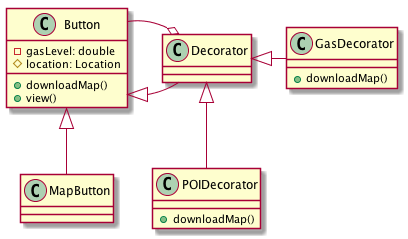
This is Entwurf/diagrams/Map.png from uzdry/PSE, a PlantUML export, as it was before one commit. Its diagram source:
```plantuml
@startuml

Class Button{
-gasLevel: double
#location: Location
+downloadMap()
+view()
}

Class MapButton
Class Decorator
Button <|-down- MapButton
Button <|- Decorator

Class GasDecorator {
+downloadMap()
}

Class POIDecorator {
+downloadMap()
}

Decorator o-- Button
Decorator <|- GasDecorator
Decorator <|-down- POIDecorator

@enduml
```
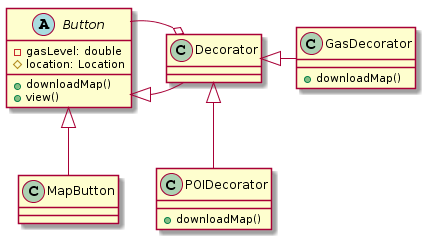
After the commit.

What changed in the source:
```diff
@@ -1,6 +1,5 @@
 @startuml
-
-Class Button{
+abstract Class Button{
 -gasLevel: double
 #location: Location
 +downloadMap()
@@ -23,5 +22,4 @@
 Decorator o-- Button
 Decorator <|- GasDecorator
 Decorator <|-down- POIDecorator
-
 @enduml
```
